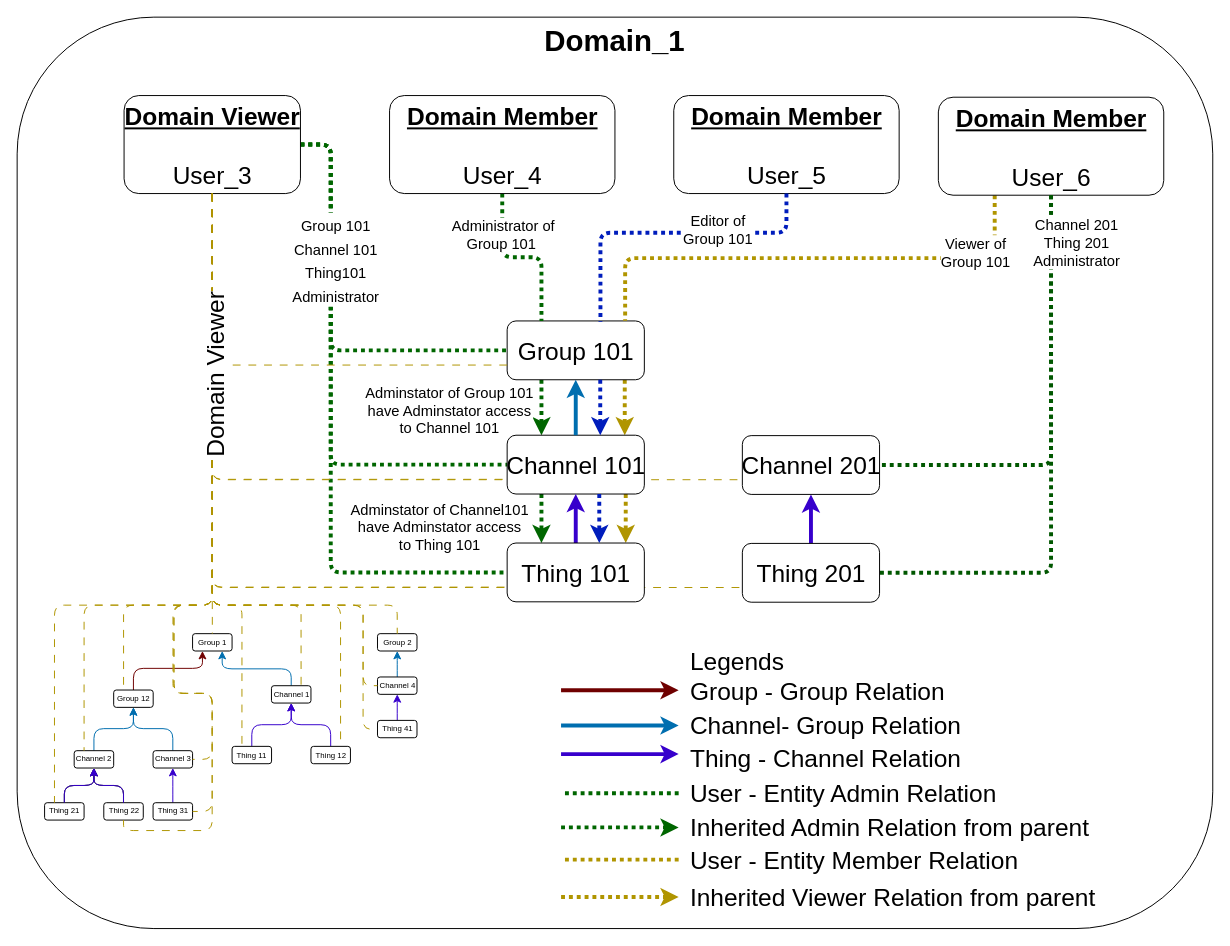
Earlier version of the draw.io diagram docs/diagrams/group_users_viewer_1.drawio (absmach/supermq-docs). Source tidied: cells renumbered, new cells numbered last; positions are measured from the earlier drawing's top-left corner, leaving out a move shared by most shapes. Both pictures are drawn from the tidied source at 98%, with x=0, y=0 at pixel (17, 17).
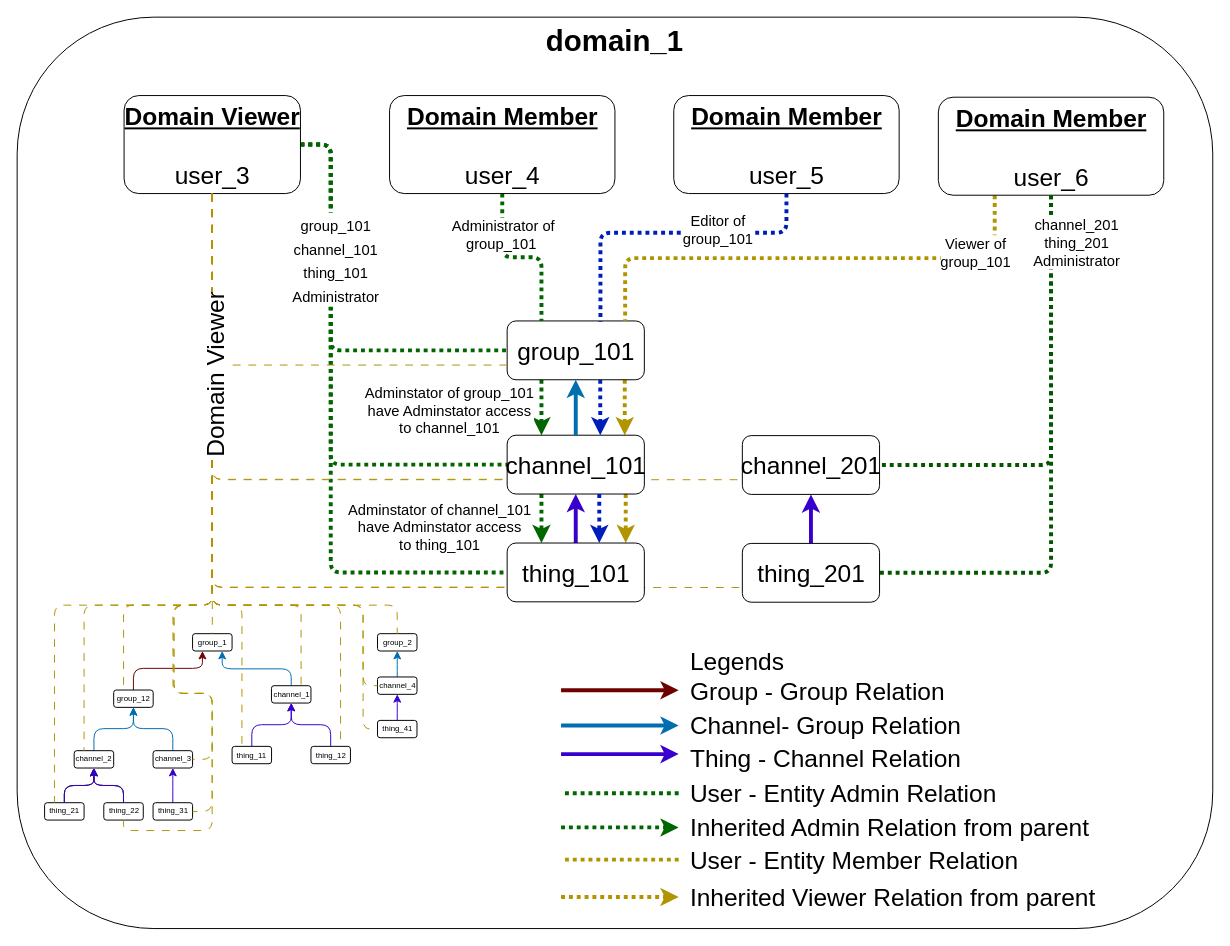
The same diagram, later.

The change refers to these unchanged cells:
```xml
<mxCell id="9" style="group;fontSize=8;" parent="8" vertex="1">
  <mxGeometry x="28" y="607" width="380" height="230" as="geometry" />
</mxCell>
<mxCell id="46" style="edgeStyle=orthogonalEdgeStyle;html=1;entryX=0;entryY=0.5;entryDx=0;entryDy=0;dashed=1;dashPattern=1 1;strokeColor=#006600;strokeWidth=4;fontSize=20;endArrow=none;endFill=0;" parent="38" edge="1" source="48" target="97">
  <mxGeometry relative="1" as="geometry">
    <Array as="points">
      <mxPoint x="320" y="130" />
      <mxPoint x="320" y="567" />
    </Array>
  </mxGeometry>
</mxCell>
<mxCell id="59" style="edgeStyle=orthogonalEdgeStyle;html=1;exitX=0.25;exitY=1;exitDx=0;exitDy=0;entryX=0.25;entryY=0;entryDx=0;entryDy=0;dashed=1;dashPattern=1 1;strokeWidth=4;endArrow=classic;endFill=1;fillColor=#fa6800;strokeColor=#006600;" parent="38" edge="1" source="62" target="66">
  <mxGeometry relative="1" as="geometry" />
</mxCell>
<mxCell id="63" style="edgeStyle=orthogonalEdgeStyle;html=1;exitX=0.25;exitY=1;exitDx=0;exitDy=0;entryX=0.25;entryY=0;entryDx=0;entryDy=0;dashed=1;dashPattern=1 1;strokeWidth=4;endArrow=classic;endFill=1;fillColor=#fa6800;strokeColor=#006600;" parent="38" edge="1" source="66" target="97">
  <mxGeometry relative="1" as="geometry" />
</mxCell>
<mxCell id="67" style="edgeStyle=orthogonalEdgeStyle;html=1;entryX=0.25;entryY=0;entryDx=0;entryDy=0;dashed=1;dashPattern=1 1;strokeWidth=4;endArrow=none;endFill=0;fillColor=#fa6800;strokeColor=#006600;" parent="38" edge="1" source="69" target="62">
  <mxGeometry relative="1" as="geometry" />
</mxCell>
<mxCell id="70" style="edgeStyle=orthogonalEdgeStyle;html=1;dashed=1;dashPattern=1 1;strokeWidth=4;endArrow=none;endFill=0;fillColor=#e3c800;strokeColor=#B09500;exitX=0.25;exitY=1;exitDx=0;exitDy=0;entryX=0.86;entryY=-0.003;entryDx=0;entryDy=0;entryPerimeter=0;" parent="38" edge="1" source="73" target="62">
  <mxGeometry relative="1" as="geometry" />
</mxCell>
<mxCell id="75" style="edgeStyle=orthogonalEdgeStyle;html=1;exitX=0.5;exitY=1;exitDx=0;exitDy=0;entryX=1;entryY=0.5;entryDx=0;entryDy=0;strokeColor=#005700;endArrow=none;endFill=0;strokeWidth=4;dashed=1;dashPattern=1 1;fillColor=#008a00;" parent="38" edge="1" source="73" target="100">
  <mxGeometry relative="1" as="geometry" />
</mxCell>
<mxCell id="102" style="edgeStyle=orthogonalEdgeStyle;html=1;entryX=0.68;entryY=0.014;entryDx=0;entryDy=0;fillColor=#0050ef;strokeColor=#001DBC;strokeWidth=4;dashed=1;dashPattern=1 1;entryPerimeter=0;endArrow=none;endFill=0;" parent="95" edge="1" source="72" target="62">
  <mxGeometry relative="1" as="geometry">
    <Array as="points">
      <mxPoint x="785" y="220" />
      <mxPoint x="595" y="220" />
      <mxPoint x="595" y="311" />
    </Array>
  </mxGeometry>
</mxCell>
```

Change to the diagram source:
```diff
@@
-    <mxCell id="7" value="&lt;font style=&quot;font-size: 30px;&quot;&gt;&lt;b style=&quot;&quot;&gt;Domain_1&lt;/b&gt;&lt;/font&gt;" style="rounded=1;whiteSpace=wrap;html=1;verticalAlign=top;fillColor=default;" parent="6" vertex="1">
+    <mxCell id="7" value="&lt;font style=&quot;font-size: 30px;&quot;&gt;&lt;b style=&quot;&quot;&gt;domain_1&lt;/b&gt;&lt;/font&gt;" style="rounded=1;whiteSpace=wrap;html=1;verticalAlign=top;fillColor=default;" parent="6" vertex="1">
       <mxGeometry width="1220" height="930" as="geometry" />
     </mxCell>
@@
-    <mxCell id="10" value="Group 1" style="rounded=1;html=1;fontSize=8;" parent="9" vertex="1">
+    <mxCell id="10" value="group_1" style="rounded=1;html=1;fontSize=8;" parent="9" vertex="1">
       <mxGeometry x="151" y="22.1" width="40.3" height="17.7" as="geometry" />
     </mxCell>
@@
-    <mxCell id="12" value="Group 12" style="rounded=1;whiteSpace=wrap;html=1;fontSize=8;" parent="9" vertex="1">
+    <mxCell id="12" value="group_12" style="rounded=1;whiteSpace=wrap;html=1;fontSize=8;" parent="9" vertex="1">
       <mxGeometry x="70.5" y="79.6" width="40.3" height="17.7" as="geometry" />
     </mxCell>
@@
-    <mxCell id="14" value="Channel 2" style="rounded=1;html=1;fontSize=8;" parent="9" vertex="1">
+    <mxCell id="14" value="channel_2" style="rounded=1;html=1;fontSize=8;" parent="9" vertex="1">
       <mxGeometry x="30.2" y="141.5" width="40.3" height="17.7" as="geometry" />
     </mxCell>
@@
-    <mxCell id="16" value="Channel 3" style="rounded=1;html=1;fontSize=8;" parent="9" vertex="1">
+    <mxCell id="16" value="channel_3" style="rounded=1;html=1;fontSize=8;" parent="9" vertex="1">
       <mxGeometry x="110.7" y="141.5" width="40.3" height="17.7" as="geometry" />
     </mxCell>
@@
-    <mxCell id="18" value="Channel 1" style="rounded=1;html=1;fontSize=8;" parent="9" vertex="1">
+    <mxCell id="18" value="channel_1" style="rounded=1;html=1;fontSize=8;" parent="9" vertex="1">
       <mxGeometry x="231.5" y="75.2" width="40.3" height="17.7" as="geometry" />
     </mxCell>
@@
-    <mxCell id="20" value="Thing 11" style="rounded=1;html=1;fontSize=8;" parent="9" vertex="1">
+    <mxCell id="20" value="thing_11" style="rounded=1;html=1;fontSize=8;" parent="9" vertex="1">
       <mxGeometry x="191.3" y="137.1" width="40.3" height="17.7" as="geometry" />
     </mxCell>
@@
-    <mxCell id="22" value="Thing 12" style="rounded=1;html=1;fontSize=8;" parent="9" vertex="1">
+    <mxCell id="22" value="thing_12" style="rounded=1;html=1;fontSize=8;" parent="9" vertex="1">
       <mxGeometry x="271.8" y="137.1" width="40.3" height="17.7" as="geometry" />
     </mxCell>
@@
-    <mxCell id="24" value="Thing 21" style="rounded=1;html=1;fontSize=8;" parent="9" vertex="1">
+    <mxCell id="24" value="thing_21" style="rounded=1;html=1;fontSize=8;" parent="9" vertex="1">
       <mxGeometry y="194.6" width="40.3" height="17.7" as="geometry" />
     </mxCell>
@@
-    <mxCell id="26" value="Thing 22" style="rounded=1;html=1;fontSize=8;" parent="9" vertex="1">
+    <mxCell id="26" value="thing_22" style="rounded=1;html=1;fontSize=8;" parent="9" vertex="1">
       <mxGeometry x="60.4" y="194.6" width="40.3" height="17.7" as="geometry" />
     </mxCell>
@@
-    <mxCell id="28" value="Thing 31" style="rounded=1;html=1;fontSize=8;" parent="9" vertex="1">
+    <mxCell id="28" value="thing_31" style="rounded=1;html=1;fontSize=8;" parent="9" vertex="1">
       <mxGeometry x="110.7" y="194.6" width="40.3" height="17.7" as="geometry" />
     </mxCell>
@@
-    <mxCell id="31" value="Group 2" style="rounded=1;html=1;fontSize=8;" parent="9" vertex="1">
+    <mxCell id="31" value="group_2" style="rounded=1;html=1;fontSize=8;" parent="9" vertex="1">
       <mxGeometry x="339.7" y="22.1" width="40.3" height="17.7" as="geometry" />
     </mxCell>
@@
-    <mxCell id="33" value="Channel 4" style="rounded=1;html=1;fontSize=8;" parent="9" vertex="1">
+    <mxCell id="33" value="channel_4" style="rounded=1;html=1;fontSize=8;" parent="9" vertex="1">
       <mxGeometry x="339.7" y="66.3" width="40.3" height="17.7" as="geometry" />
     </mxCell>
@@
-    <mxCell id="35" value="Thing 41" style="rounded=1;html=1;fontSize=8;" parent="9" vertex="1">
+    <mxCell id="35" value="thing_41" style="rounded=1;html=1;fontSize=8;" parent="9" vertex="1">
       <mxGeometry x="339.7" y="110.6" width="40.3" height="17.7" as="geometry" />
     </mxCell>
@@
-    <mxCell id="47" value="&lt;span style=&quot;font-size: 15px;&quot;&gt;Group 101&lt;/span&gt;&lt;br style=&quot;font-size: 15px;&quot;&gt;&lt;span style=&quot;font-size: 15px;&quot;&gt;Channel 101&lt;/span&gt;&lt;br style=&quot;font-size: 15px;&quot;&gt;&lt;span style=&quot;font-size: 15px;&quot;&gt;Thing101&lt;/span&gt;&lt;br style=&quot;font-size: 15px;&quot;&gt;&lt;span style=&quot;font-size: 15px;&quot;&gt;Administrator&lt;/span&gt;" style="edgeLabel;html=1;align=center;verticalAlign=middle;fontSize=20;" parent="46" vertex="1">
+    <mxCell id="47" value="&lt;span style=&quot;font-size: 15px;&quot;&gt;group_101&lt;/span&gt;&lt;br style=&quot;font-size: 15px;&quot;&gt;&lt;span style=&quot;font-size: 15px;&quot;&gt;channel_101&lt;/span&gt;&lt;br style=&quot;font-size: 15px;&quot;&gt;&lt;span style=&quot;font-size: 15px;&quot;&gt;thing_101&lt;/span&gt;&lt;br style=&quot;font-size: 15px;&quot;&gt;&lt;span style=&quot;font-size: 15px;&quot;&gt;Administrator&lt;/span&gt;" style="edgeLabel;html=1;align=center;verticalAlign=middle;fontSize=20;" parent="46" vertex="1">
       <mxGeometry x="-0.53" y="4" relative="1" as="geometry">
         <mxPoint y="-5" as="offset" />
       </mxGeometry>
     </mxCell>
-    <mxCell id="48" value="&lt;font style=&quot;font-size: 25px;&quot;&gt;&lt;b&gt;&lt;u&gt;Domain Viewer&lt;/u&gt;&lt;/b&gt;&lt;br&gt;&lt;br&gt;User_3&lt;/font&gt;" style="rounded=1;html=1;fontSize=25;verticalAlign=top;" parent="38" vertex="1">
+    <mxCell id="48" value="&lt;font style=&quot;font-size: 25px;&quot;&gt;&lt;b&gt;&lt;u&gt;Domain Viewer&lt;/u&gt;&lt;/b&gt;&lt;br&gt;&lt;br&gt;user_3&lt;/font&gt;" style="rounded=1;html=1;fontSize=25;verticalAlign=top;" parent="38" vertex="1">
       <mxGeometry x="109.1" y="80" width="180" height="100" as="geometry" />
     </mxCell>
@@
-    <mxCell id="60" value="Adminstator of Group 101 &lt;br&gt;have Adminstator access &lt;br&gt;to Channel 101" style="edgeLabel;html=1;align=center;verticalAlign=middle;fontSize=15;" parent="59" vertex="1">
+    <mxCell id="60" value="Adminstator of group_101 &lt;br&gt;have Adminstator access &lt;br&gt;to channel_101" style="edgeLabel;html=1;align=center;verticalAlign=middle;fontSize=15;" parent="59" vertex="1">
       <mxGeometry x="-0.13" relative="1" as="geometry">
         <mxPoint x="-95" y="5" as="offset" />
       </mxGeometry>
     </mxCell>
@@
-    <mxCell id="62" value="Group 101" style="rounded=1;html=1;fontSize=25;" parent="38" vertex="1">
+    <mxCell id="62" value="group_101" style="rounded=1;html=1;fontSize=25;" parent="38" vertex="1">
       <mxGeometry x="500" y="310" width="140" height="60" as="geometry" />
     </mxCell>
@@
-    <mxCell id="64" value="Adminstator of Channel101&lt;br&gt;have Adminstator access&lt;br&gt;to Thing 101" style="edgeLabel;html=1;align=center;verticalAlign=middle;fontSize=15;" parent="63" vertex="1">
+    <mxCell id="64" value="Adminstator of channel_101&lt;br&gt;have Adminstator access&lt;br&gt;to thing_101" style="edgeLabel;html=1;align=center;verticalAlign=middle;fontSize=15;" parent="63" vertex="1">
       <mxGeometry x="-0.19" y="-1" relative="1" as="geometry">
         <mxPoint x="-104" y="13" as="offset" />
       </mxGeometry>
     </mxCell>
@@
-    <mxCell id="66" value="Channel 101" style="rounded=1;html=1;fontSize=25;" parent="38" vertex="1">
+    <mxCell id="66" value="channel_101" style="rounded=1;html=1;fontSize=25;" parent="38" vertex="1">
       <mxGeometry x="500" y="426.6" width="140" height="60" as="geometry" />
     </mxCell>
@@
-    <mxCell id="68" value="&lt;font style=&quot;font-size: 15px;&quot;&gt;&lt;font style=&quot;font-size: 15px;&quot;&gt;&amp;nbsp;Administrator of&amp;nbsp;&lt;br&gt;&lt;/font&gt;Group 101&amp;nbsp;&lt;/font&gt;" style="edgeLabel;html=1;align=center;verticalAlign=middle;" parent="67" vertex="1">
+    <mxCell id="68" value="&lt;font style=&quot;font-size: 15px;&quot;&gt;&lt;font style=&quot;font-size: 15px;&quot;&gt;&amp;nbsp;Administrator of&amp;nbsp;&lt;br&gt;&lt;/font&gt;group_101&amp;nbsp;&lt;/font&gt;" style="edgeLabel;html=1;align=center;verticalAlign=middle;" parent="67" vertex="1">
       <mxGeometry x="0.42" y="1" relative="1" as="geometry">
         <mxPoint x="-41" y="-40" as="offset" />
       </mxGeometry>
     </mxCell>
-    <mxCell id="69" value="&lt;font style=&quot;font-size: 25px;&quot;&gt;&lt;b&gt;&lt;u&gt;Domain Member&lt;/u&gt;&lt;/b&gt;&lt;br&gt;&lt;br&gt;User_4&lt;/font&gt;" style="rounded=1;html=1;fontSize=25;verticalAlign=top;" parent="38" vertex="1">
+    <mxCell id="69" value="&lt;font style=&quot;font-size: 25px;&quot;&gt;&lt;b&gt;&lt;u&gt;Domain Member&lt;/u&gt;&lt;/b&gt;&lt;br&gt;&lt;br&gt;user_4&lt;/font&gt;" style="rounded=1;html=1;fontSize=25;verticalAlign=top;" parent="38" vertex="1">
       <mxGeometry x="380" y="80" width="230" height="100" as="geometry" />
     </mxCell>
@@
-    <mxCell id="71" value="&lt;font style=&quot;font-size: 15px;&quot;&gt;Viewer of&amp;nbsp;&lt;br&gt;&lt;/font&gt;&lt;span style=&quot;font-size: 15px;&quot;&gt;Group 101&amp;nbsp;&lt;/span&gt;" style="edgeLabel;html=1;align=center;verticalAlign=middle;" parent="70" vertex="1">
+    <mxCell id="71" value="&lt;font style=&quot;font-size: 15px;&quot;&gt;Viewer of&amp;nbsp;&lt;br&gt;&lt;/font&gt;&lt;span style=&quot;font-size: 15px;&quot;&gt;group_101&amp;nbsp;&lt;/span&gt;" style="edgeLabel;html=1;align=center;verticalAlign=middle;" parent="70" vertex="1">
       <mxGeometry x="-0.62" y="-6" relative="1" as="geometry">
         <mxPoint x="14" as="offset" />
       </mxGeometry>
     </mxCell>
-    <mxCell id="72" value="&lt;font style=&quot;font-size: 25px;&quot;&gt;&lt;b&gt;&lt;u&gt;Domain Member&lt;/u&gt;&lt;/b&gt;&lt;br&gt;&lt;br&gt;User_5&lt;/font&gt;" style="rounded=1;html=1;fontSize=25;verticalAlign=top;" parent="38" vertex="1">
+    <mxCell id="72" value="&lt;font style=&quot;font-size: 25px;&quot;&gt;&lt;b&gt;&lt;u&gt;Domain Member&lt;/u&gt;&lt;/b&gt;&lt;br&gt;&lt;br&gt;user_5&lt;/font&gt;" style="rounded=1;html=1;fontSize=25;verticalAlign=top;" parent="38" vertex="1">
       <mxGeometry x="670" y="80" width="230" height="100" as="geometry" />
     </mxCell>
-    <mxCell id="73" value="&lt;font style=&quot;font-size: 25px;&quot;&gt;&lt;b&gt;&lt;u&gt;Domain Member&lt;/u&gt;&lt;/b&gt;&lt;br&gt;&lt;br&gt;User_6&lt;/font&gt;" style="rounded=1;html=1;fontSize=25;verticalAlign=top;" parent="38" vertex="1">
+    <mxCell id="73" value="&lt;font style=&quot;font-size: 25px;&quot;&gt;&lt;b&gt;&lt;u&gt;Domain Member&lt;/u&gt;&lt;/b&gt;&lt;br&gt;&lt;br&gt;user_6&lt;/font&gt;" style="rounded=1;html=1;fontSize=25;verticalAlign=top;" parent="38" vertex="1">
       <mxGeometry x="940" y="81.7" width="230" height="100" as="geometry" />
     </mxCell>
@@
-    <mxCell id="76" value="&lt;font style=&quot;font-size: 15px;&quot;&gt;Channel 201&lt;br&gt;Thing 201 &lt;br&gt;Administrator&lt;/font&gt;" style="edgeLabel;html=1;align=center;verticalAlign=middle;" parent="75" vertex="1">
+    <mxCell id="76" value="&lt;font style=&quot;font-size: 15px;&quot;&gt;channel_201&lt;br&gt;thing_201 &lt;br&gt;Administrator&lt;/font&gt;" style="edgeLabel;html=1;align=center;verticalAlign=middle;" parent="75" vertex="1">
       <mxGeometry x="-0.15" y="-2" relative="1" as="geometry">
         <mxPoint x="27" y="-143" as="offset" />
       </mxGeometry>
     </mxCell>
@@
-    <mxCell id="97" value="Thing 101" style="rounded=1;html=1;fontSize=25;" parent="95" vertex="1">
+    <mxCell id="97" value="thing_101" style="rounded=1;html=1;fontSize=25;" parent="95" vertex="1">
       <mxGeometry x="500" y="536.6" width="140" height="60" as="geometry" />
     </mxCell>
@@
-    <mxCell id="100" value="Channel 201" style="rounded=1;html=1;fontSize=25;" parent="95" vertex="1">
+    <mxCell id="100" value="channel_201" style="rounded=1;html=1;fontSize=25;" parent="95" vertex="1">
       <mxGeometry x="740" y="427" width="140" height="60" as="geometry" />
     </mxCell>
-    <mxCell id="101" value="Thing 201" style="rounded=1;html=1;fontSize=25;" parent="95" vertex="1">
+    <mxCell id="101" value="thing_201" style="rounded=1;html=1;fontSize=25;" parent="95" vertex="1">
       <mxGeometry x="740" y="537" width="140" height="60" as="geometry" />
     </mxCell>
@@
-    <mxCell id="103" value="&lt;font style=&quot;font-size: 15px;&quot;&gt;Editor of &lt;br&gt;Group 101&lt;/font&gt;" style="edgeLabel;html=1;align=center;verticalAlign=middle;" parent="102" vertex="1">
+    <mxCell id="103" value="&lt;font style=&quot;font-size: 15px;&quot;&gt;Editor of &lt;br&gt;group_101&lt;/font&gt;" style="edgeLabel;html=1;align=center;verticalAlign=middle;" parent="102" vertex="1">
       <mxGeometry x="-0.31" y="-4" relative="1" as="geometry" />
     </mxCell>
```
